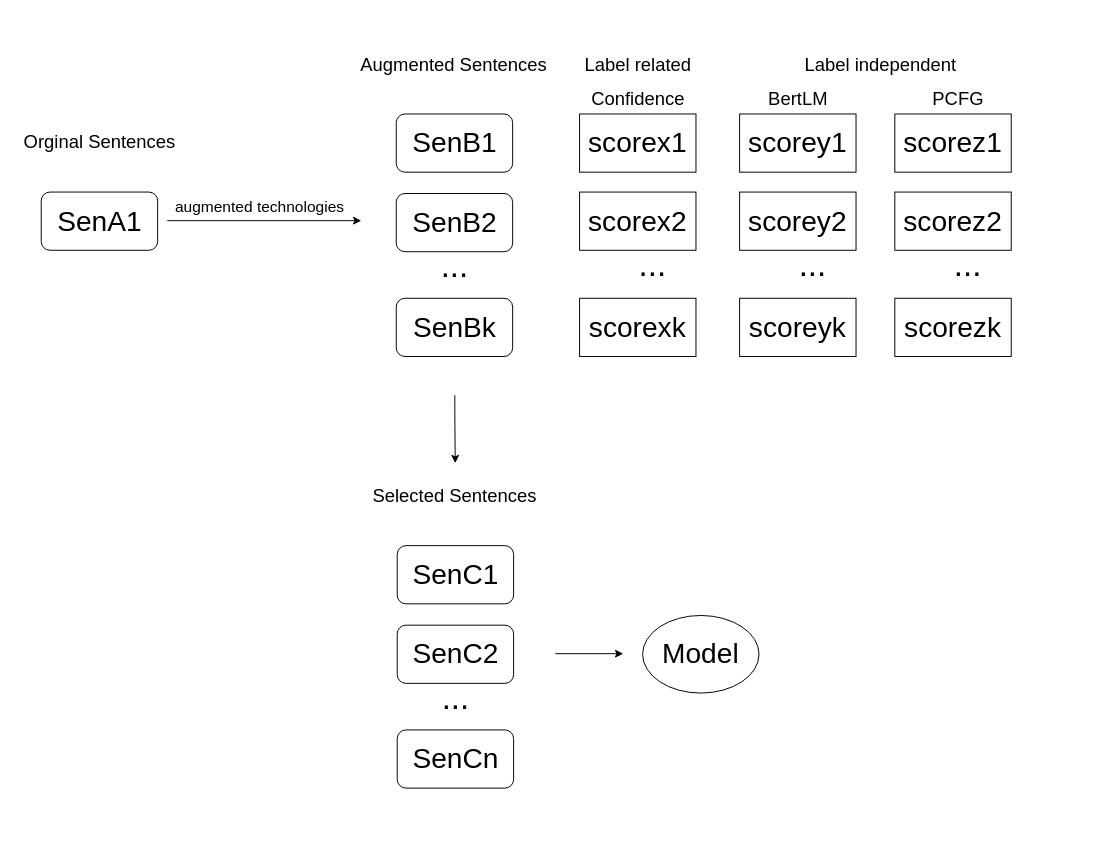
The draw.io diagram 未命名绘图.drawio in Alex0xf/ARTS, before the edit. Source tidied: cells renumbered, new cells numbered last; positions are measured from the earlier drawing's top-left corner, leaving out a move shared by most shapes. Both pictures are drawn from the tidied source at 97%, with x=0, y=0 at pixel (16, 50).
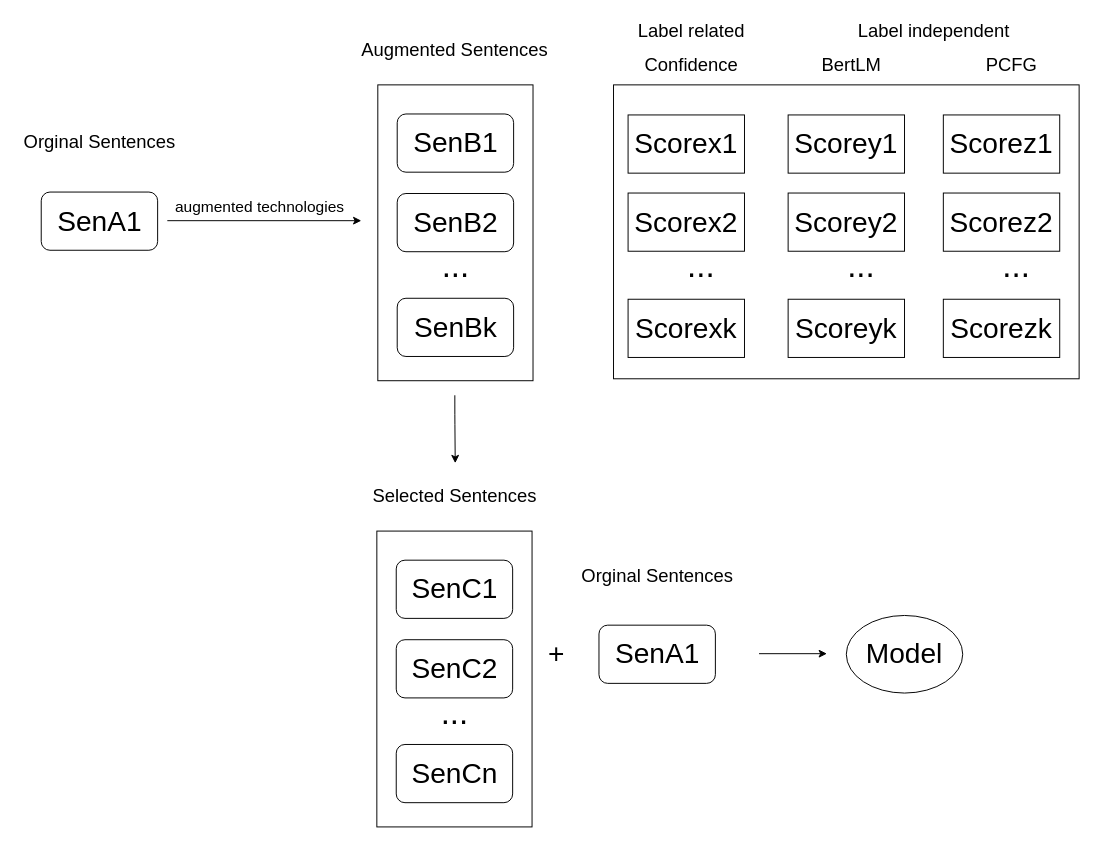
The same page after the edit.

Commit message:
更新未命名绘图.drawio

The edit, as a diff of the source:
```diff
@@
-    <mxCell id="5" style="rounded=1;whiteSpace=wrap;html=1;" parent="1" vertex="1">
-      <mxGeometry x="391" y="147" width="120" height="60" as="geometry" />
-    </mxCell>
-    <mxCell id="6" value="&lt;font style=&quot;font-size: 29px&quot;&gt;SenB2&lt;/font&gt;" style="text;html=1;align=center;verticalAlign=middle;fillColor=none;strokeColor=none;rounded=0;fontSize=29;" parent="1" vertex="1">
-      <mxGeometry x="401" y="157" width="100" height="40" as="geometry" />
-    </mxCell>
-    <mxCell id="7" style="rounded=1;whiteSpace=wrap;html=1;" parent="1" vertex="1">
-      <mxGeometry x="391" y="65" width="120" height="60" as="geometry" />
-    </mxCell>
-    <mxCell id="8" value="&lt;font style=&quot;font-size: 29px&quot;&gt;SenB1&lt;/font&gt;" style="text;html=1;align=center;verticalAlign=middle;fillColor=none;strokeColor=none;rounded=0;fontSize=29;" parent="1" vertex="1">
-      <mxGeometry x="401" y="75" width="100" height="40" as="geometry" />
-    </mxCell>
-    <mxCell id="9" style="rounded=1;whiteSpace=wrap;html=1;" parent="1" vertex="1">
-      <mxGeometry x="391" y="255" width="120" height="60" as="geometry" />
-    </mxCell>
-    <mxCell id="10" value="&lt;font style=&quot;font-size: 29px&quot;&gt;SenBk&lt;/font&gt;" style="text;html=1;align=center;verticalAlign=middle;fillColor=none;strokeColor=none;rounded=0;fontSize=29;" parent="1" vertex="1">
-      <mxGeometry x="401" y="265" width="100" height="40" as="geometry" />
-    </mxCell>
@@
     <mxCell id="12" value="Augmented Sentences" style="text;html=1;align=center;verticalAlign=middle;fontSize=19;" parent="1" vertex="1">
-      <mxGeometry x="345" width="210" height="30" as="geometry" />
+      <mxGeometry x="346" y="-15" width="210" height="30" as="geometry" />
     </mxCell>
-    <mxCell id="13" value="..." style="text;html=1;align=center;verticalAlign=middle;fontSize=34;" parent="1" vertex="1">
-      <mxGeometry x="431" y="197" width="40" height="50" as="geometry" />
-    </mxCell>
@@
+    <mxCell id="32" style="endArrow=classic;html=1;" parent="1" edge="1">
+      <mxGeometry relative="1" as="geometry">
+        <mxPoint x="451.4" y="355" as="sourcePoint" />
+        <mxPoint x="451.8" y="425" as="targetPoint" />
+        <Array as="points">
+          <mxPoint x="451.4" y="375" />
+        </Array>
+      </mxGeometry>
+    </mxCell>
+    <mxCell id="39" value="Selected Sentences" style="text;html=1;align=center;verticalAlign=middle;fontSize=19;" parent="1" vertex="1">
+      <mxGeometry x="361" y="445" width="180" height="30" as="geometry" />
+    </mxCell>
+    <mxCell id="41" style="endArrow=classic;html=1;" parent="1" edge="1">
+      <mxGeometry relative="1" as="geometry">
+        <mxPoint x="765" y="621.4" as="sourcePoint" />
+        <mxPoint x="835" y="621.4" as="targetPoint" />
+      </mxGeometry>
+    </mxCell>
+    <mxCell id="42" value="&lt;font style=&quot;font-size: 29px&quot;&gt;Model&lt;/font&gt;" style="ellipse;whiteSpace=wrap;html=1;rounded=0;sketch=0;" parent="1" vertex="1">
+      <mxGeometry x="855" y="582" width="120" height="80" as="geometry" />
+    </mxCell>
+    <mxCell id="43" style="rounded=1;whiteSpace=wrap;html=1;" parent="1" vertex="1">
+      <mxGeometry x="600" y="592" width="120" height="60" as="geometry" />
+    </mxCell>
+    <mxCell id="44" value="&lt;font style=&quot;font-size: 29px&quot;&gt;SenA1&lt;/font&gt;" style="text;html=1;align=center;verticalAlign=middle;rounded=0;fontSize=29;" parent="1" vertex="1">
+      <mxGeometry x="610" y="602" width="100" height="40" as="geometry" />
+    </mxCell>
+    <mxCell id="45" value="Orginal Sentences" style="text;html=1;align=center;verticalAlign=middle;fontSize=19;" parent="1" vertex="1">
+      <mxGeometry x="575" y="526.5" width="170" height="30" as="geometry" />
+    </mxCell>
+    <mxCell id="46" value="&lt;font style=&quot;font-size: 29px&quot;&gt;+&lt;/font&gt;" style="text;html=1;align=center;verticalAlign=middle;" parent="1" vertex="1">
+      <mxGeometry x="541" y="612" width="30" height="20" as="geometry" />
+    </mxCell>
+    <mxCell id="47" style="rounded=0;whiteSpace=wrap;html=1;sketch=0;" parent="1" vertex="1">
+      <mxGeometry x="372" y="35" width="160" height="305" as="geometry" />
+    </mxCell>
+    <mxCell id="48" style="rounded=1;whiteSpace=wrap;html=1;" parent="1" vertex="1">
+      <mxGeometry x="392" y="147" width="120" height="60" as="geometry" />
+    </mxCell>
+    <mxCell id="6" value="&lt;font style=&quot;font-size: 29px&quot;&gt;SenB2&lt;/font&gt;" style="text;html=1;align=center;verticalAlign=middle;fillColor=none;strokeColor=none;rounded=0;fontSize=29;" parent="1" vertex="1">
+      <mxGeometry x="402" y="157" width="100" height="40" as="geometry" />
+    </mxCell>
+    <mxCell id="49" style="rounded=1;whiteSpace=wrap;html=1;" parent="1" vertex="1">
+      <mxGeometry x="392" y="65" width="120" height="60" as="geometry" />
+    </mxCell>
+    <mxCell id="8" value="&lt;font style=&quot;font-size: 29px&quot;&gt;SenB1&lt;/font&gt;" style="text;html=1;align=center;verticalAlign=middle;fillColor=none;strokeColor=none;rounded=0;fontSize=29;" parent="1" vertex="1">
+      <mxGeometry x="402" y="75" width="100" height="40" as="geometry" />
+    </mxCell>
+    <mxCell id="50" style="rounded=1;whiteSpace=wrap;html=1;" parent="1" vertex="1">
+      <mxGeometry x="392" y="255" width="120" height="60" as="geometry" />
+    </mxCell>
+    <mxCell id="10" value="&lt;font style=&quot;font-size: 29px&quot;&gt;SenBk&lt;/font&gt;" style="text;html=1;align=center;verticalAlign=middle;fillColor=none;strokeColor=none;rounded=0;fontSize=29;" parent="1" vertex="1">
+      <mxGeometry x="402" y="265" width="100" height="40" as="geometry" />
+    </mxCell>
+    <mxCell id="51" value="..." style="text;html=1;align=center;verticalAlign=middle;fontSize=34;" parent="1" vertex="1">
+      <mxGeometry x="432" y="197" width="40" height="50" as="geometry" />
+    </mxCell>
+    <mxCell id="52" style="rounded=0;whiteSpace=wrap;html=1;sketch=0;" parent="1" vertex="1">
+      <mxGeometry x="615" y="35" width="480" height="303" as="geometry" />
+    </mxCell>
     <mxCell id="15" value="Label&amp;nbsp;&lt;span&gt;related&lt;/span&gt;" style="text;html=1;align=center;verticalAlign=middle;fontSize=19;" parent="1" vertex="1">
-      <mxGeometry x="575" width="130" height="30" as="geometry" />
+      <mxGeometry x="630" y="-35" width="130" height="30" as="geometry" />
     </mxCell>
     <mxCell id="16" value="Label&amp;nbsp;independent" style="text;html=1;align=center;verticalAlign=middle;fontSize=19;" parent="1" vertex="1">
-      <mxGeometry x="805" width="170" height="30" as="geometry" />
+      <mxGeometry x="860" y="-35" width="170" height="30" as="geometry" />
     </mxCell>
     <mxCell id="17" value="Confidence" style="text;html=1;align=center;verticalAlign=middle;fontSize=19;" parent="1" vertex="1">
-      <mxGeometry x="585" y="35" width="110" height="30" as="geometry" />
+      <mxGeometry x="640" width="110" height="30" as="geometry" />
     </mxCell>
     <mxCell id="18" value="BertLM" style="text;html=1;align=center;verticalAlign=middle;fontSize=19;" parent="1" vertex="1">
-      <mxGeometry x="765" y="35" width="80" height="30" as="geometry" />
+      <mxGeometry x="820" width="80" height="30" as="geometry" />
     </mxCell>
     <mxCell id="19" value="PCFG" style="text;html=1;align=center;verticalAlign=middle;fontSize=19;" parent="1" vertex="1">
-      <mxGeometry x="935" y="35" width="70" height="30" as="geometry" />
+      <mxGeometry x="990" width="70" height="30" as="geometry" />
     </mxCell>
-    <mxCell id="20" value="&lt;font style=&quot;font-size: 29px&quot;&gt;scorex1&lt;/font&gt;" style="rounded=0;whiteSpace=wrap;html=1;sketch=0;" parent="1" vertex="1">
-      <mxGeometry x="580" y="65" width="120" height="60" as="geometry" />
-    </mxCell>
-    <mxCell id="21" value="&lt;font style=&quot;font-size: 29px&quot;&gt;scorex2&lt;/font&gt;" style="rounded=0;whiteSpace=wrap;html=1;sketch=0;" parent="1" vertex="1">
-      <mxGeometry x="580" y="145.5" width="120" height="60" as="geometry" />
-    </mxCell>
-    <mxCell id="22" value="&lt;font style=&quot;font-size: 29px&quot;&gt;scorexk&lt;/font&gt;" style="rounded=0;whiteSpace=wrap;html=1;sketch=0;" parent="1" vertex="1">
-      <mxGeometry x="580" y="255" width="120" height="60" as="geometry" />
-    </mxCell>
-    <mxCell id="23" value="..." style="text;html=1;align=center;verticalAlign=middle;fontSize=34;" parent="1" vertex="1">
-      <mxGeometry x="635" y="195.5" width="40" height="50" as="geometry" />
-    </mxCell>
-    <mxCell id="24" value="&lt;font style=&quot;font-size: 29px&quot;&gt;scorey1&lt;/font&gt;" style="rounded=0;whiteSpace=wrap;html=1;sketch=0;" parent="1" vertex="1">
-      <mxGeometry x="745" y="65" width="120" height="60" as="geometry" />
-    </mxCell>
-    <mxCell id="25" value="&lt;font style=&quot;font-size: 29px&quot;&gt;scorey2&lt;/font&gt;" style="rounded=0;whiteSpace=wrap;html=1;sketch=0;" parent="1" vertex="1">
-      <mxGeometry x="745" y="145.5" width="120" height="60" as="geometry" />
-    </mxCell>
-    <mxCell id="26" value="&lt;font style=&quot;font-size: 29px&quot;&gt;scoreyk&lt;/font&gt;" style="rounded=0;whiteSpace=wrap;html=1;sketch=0;" parent="1" vertex="1">
-      <mxGeometry x="745" y="255" width="120" height="60" as="geometry" />
-    </mxCell>
-    <mxCell id="27" value="..." style="text;html=1;align=center;verticalAlign=middle;fontSize=34;" parent="1" vertex="1">
-      <mxGeometry x="800" y="195.5" width="40" height="50" as="geometry" />
-    </mxCell>
-    <mxCell id="28" value="&lt;font style=&quot;font-size: 29px&quot;&gt;scorez1&lt;/font&gt;" style="rounded=0;whiteSpace=wrap;html=1;sketch=0;" parent="1" vertex="1">
-      <mxGeometry x="905" y="65" width="120" height="60" as="geometry" />
-    </mxCell>
-    <mxCell id="29" value="&lt;font style=&quot;font-size: 29px&quot;&gt;scorez2&lt;/font&gt;" style="rounded=0;whiteSpace=wrap;html=1;sketch=0;" parent="1" vertex="1">
-      <mxGeometry x="905" y="145.5" width="120" height="60" as="geometry" />
-    </mxCell>
-    <mxCell id="30" value="&lt;font style=&quot;font-size: 29px&quot;&gt;scorezk&lt;/font&gt;" style="rounded=0;whiteSpace=wrap;html=1;sketch=0;" parent="1" vertex="1">
-      <mxGeometry x="905" y="255" width="120" height="60" as="geometry" />
-    </mxCell>
-    <mxCell id="31" value="..." style="text;html=1;align=center;verticalAlign=middle;fontSize=34;" parent="1" vertex="1">
-      <mxGeometry x="960" y="195.5" width="40" height="50" as="geometry" />
-    </mxCell>
-    <mxCell id="32" style="endArrow=classic;html=1;" parent="1" edge="1">
-      <mxGeometry relative="1" as="geometry">
-        <mxPoint x="451.4" y="355" as="sourcePoint" />
-        <mxPoint x="451.8" y="425" as="targetPoint" />
-        <Array as="points">
-          <mxPoint x="451.4" y="375" />
-        </Array>
-      </mxGeometry>
-    </mxCell>
-    <mxCell id="33" style="rounded=1;whiteSpace=wrap;html=1;" parent="1" vertex="1">
-      <mxGeometry x="392" y="592" width="120" height="60" as="geometry" />
-    </mxCell>
+    <mxCell id="53" value="&lt;font style=&quot;font-size: 29px&quot;&gt;Scorex1&lt;/font&gt;" style="rounded=0;whiteSpace=wrap;html=1;sketch=0;" parent="1" vertex="1">
+      <mxGeometry x="630" y="66" width="120" height="60" as="geometry" />
+    </mxCell>
+    <mxCell id="54" value="&lt;font style=&quot;font-size: 29px&quot;&gt;Scorex2&lt;/font&gt;" style="rounded=0;whiteSpace=wrap;html=1;sketch=0;" parent="1" vertex="1">
+      <mxGeometry x="630" y="146.5" width="120" height="60" as="geometry" />
+    </mxCell>
+    <mxCell id="55" value="&lt;font style=&quot;font-size: 29px&quot;&gt;Scorexk&lt;/font&gt;" style="rounded=0;whiteSpace=wrap;html=1;sketch=0;" parent="1" vertex="1">
+      <mxGeometry x="630" y="256" width="120" height="60" as="geometry" />
+    </mxCell>
+    <mxCell id="56" value="..." style="text;html=1;align=center;verticalAlign=middle;fontSize=34;" parent="1" vertex="1">
+      <mxGeometry x="685" y="196.5" width="40" height="50" as="geometry" />
+    </mxCell>
+    <mxCell id="57" value="&lt;font style=&quot;font-size: 29px&quot;&gt;Scorey1&lt;/font&gt;" style="rounded=0;whiteSpace=wrap;html=1;sketch=0;" parent="1" vertex="1">
+      <mxGeometry x="795" y="66" width="120" height="60" as="geometry" />
+    </mxCell>
+    <mxCell id="58" value="&lt;font style=&quot;font-size: 29px&quot;&gt;Scorey2&lt;/font&gt;" style="rounded=0;whiteSpace=wrap;html=1;sketch=0;" parent="1" vertex="1">
+      <mxGeometry x="795" y="146.5" width="120" height="60" as="geometry" />
+    </mxCell>
+    <mxCell id="59" value="&lt;font style=&quot;font-size: 29px&quot;&gt;Scoreyk&lt;/font&gt;" style="rounded=0;whiteSpace=wrap;html=1;sketch=0;" parent="1" vertex="1">
+      <mxGeometry x="795" y="256" width="120" height="60" as="geometry" />
+    </mxCell>
+    <mxCell id="60" value="..." style="text;html=1;align=center;verticalAlign=middle;fontSize=34;" parent="1" vertex="1">
+      <mxGeometry x="850" y="196.5" width="40" height="50" as="geometry" />
+    </mxCell>
+    <mxCell id="61" value="&lt;font style=&quot;font-size: 29px&quot;&gt;Scorez1&lt;/font&gt;" style="rounded=0;whiteSpace=wrap;html=1;sketch=0;" parent="1" vertex="1">
+      <mxGeometry x="955" y="66" width="120" height="60" as="geometry" />
+    </mxCell>
+    <mxCell id="62" value="&lt;font style=&quot;font-size: 29px&quot;&gt;Scorez2&lt;/font&gt;" style="rounded=0;whiteSpace=wrap;html=1;sketch=0;" parent="1" vertex="1">
+      <mxGeometry x="955" y="146.5" width="120" height="60" as="geometry" />
+    </mxCell>
+    <mxCell id="63" value="&lt;font style=&quot;font-size: 29px&quot;&gt;Scorezk&lt;/font&gt;" style="rounded=0;whiteSpace=wrap;html=1;sketch=0;" parent="1" vertex="1">
+      <mxGeometry x="955" y="256" width="120" height="60" as="geometry" />
+    </mxCell>
+    <mxCell id="64" value="..." style="text;html=1;align=center;verticalAlign=middle;fontSize=34;" parent="1" vertex="1">
+      <mxGeometry x="1010" y="196.5" width="40" height="50" as="geometry" />
+    </mxCell>
+    <mxCell id="65" style="rounded=0;whiteSpace=wrap;html=1;sketch=0;" parent="1" vertex="1">
+      <mxGeometry x="371" y="495" width="160" height="305" as="geometry" />
+    </mxCell>
+    <mxCell id="66" style="rounded=1;whiteSpace=wrap;html=1;" parent="1" vertex="1">
+      <mxGeometry x="391" y="607" width="120" height="60" as="geometry" />
+    </mxCell>
     <mxCell id="34" value="&lt;font style=&quot;font-size: 29px&quot;&gt;SenC2&lt;/font&gt;" style="text;html=1;align=center;verticalAlign=middle;fillColor=none;strokeColor=none;rounded=0;fontSize=29;" parent="1" vertex="1">
-      <mxGeometry x="402" y="602" width="100" height="40" as="geometry" />
+      <mxGeometry x="401" y="617" width="100" height="40" as="geometry" />
     </mxCell>
-    <mxCell id="35" style="rounded=1;whiteSpace=wrap;html=1;" parent="1" vertex="1">
-      <mxGeometry x="392" y="510" width="120" height="60" as="geometry" />
-    </mxCell>
+    <mxCell id="67" style="rounded=1;whiteSpace=wrap;html=1;" parent="1" vertex="1">
+      <mxGeometry x="391" y="525" width="120" height="60" as="geometry" />
+    </mxCell>
     <mxCell id="36" value="&lt;font style=&quot;font-size: 29px&quot;&gt;SenC1&lt;/font&gt;" style="text;html=1;align=center;verticalAlign=middle;fillColor=none;strokeColor=none;rounded=0;fontSize=29;" parent="1" vertex="1">
-      <mxGeometry x="402" y="520" width="100" height="40" as="geometry" />
+      <mxGeometry x="401" y="535" width="100" height="40" as="geometry" />
     </mxCell>
-    <mxCell id="37" style="rounded=1;whiteSpace=wrap;html=1;" parent="1" vertex="1">
-      <mxGeometry x="392" y="700" width="120" height="60" as="geometry" />
-    </mxCell>
+    <mxCell id="68" style="rounded=1;whiteSpace=wrap;html=1;" parent="1" vertex="1">
+      <mxGeometry x="391" y="715" width="120" height="60" as="geometry" />
+    </mxCell>
     <mxCell id="38" value="&lt;font style=&quot;font-size: 29px&quot;&gt;SenCn&lt;/font&gt;" style="text;html=1;align=center;verticalAlign=middle;fillColor=none;strokeColor=none;rounded=0;fontSize=29;" parent="1" vertex="1">
-      <mxGeometry x="402" y="710" width="100" height="40" as="geometry" />
+      <mxGeometry x="401" y="725" width="100" height="40" as="geometry" />
     </mxCell>
-    <mxCell id="39" value="Selected Sentences" style="text;html=1;align=center;verticalAlign=middle;fontSize=19;" parent="1" vertex="1">
-      <mxGeometry x="361" y="445" width="180" height="30" as="geometry" />
-    </mxCell>
-    <mxCell id="40" value="..." style="text;html=1;align=center;verticalAlign=middle;fontSize=34;" parent="1" vertex="1">
-      <mxGeometry x="432" y="642" width="40" height="50" as="geometry" />
-    </mxCell>
-    <mxCell id="41" style="endArrow=classic;html=1;" parent="1" edge="1">
-      <mxGeometry relative="1" as="geometry">
-        <mxPoint x="555" y="621.4" as="sourcePoint" />
-        <mxPoint x="625" y="621.4" as="targetPoint" />
-      </mxGeometry>
-    </mxCell>
-    <mxCell id="42" value="&lt;font style=&quot;font-size: 29px&quot;&gt;Model&lt;/font&gt;" style="ellipse;whiteSpace=wrap;html=1;rounded=0;sketch=0;" parent="1" vertex="1">
-      <mxGeometry x="645" y="582" width="120" height="80" as="geometry" />
-    </mxCell>
+    <mxCell id="69" value="..." style="text;html=1;align=center;verticalAlign=middle;fontSize=34;" parent="1" vertex="1">
+      <mxGeometry x="431" y="657" width="40" height="50" as="geometry" />
+    </mxCell>
```
